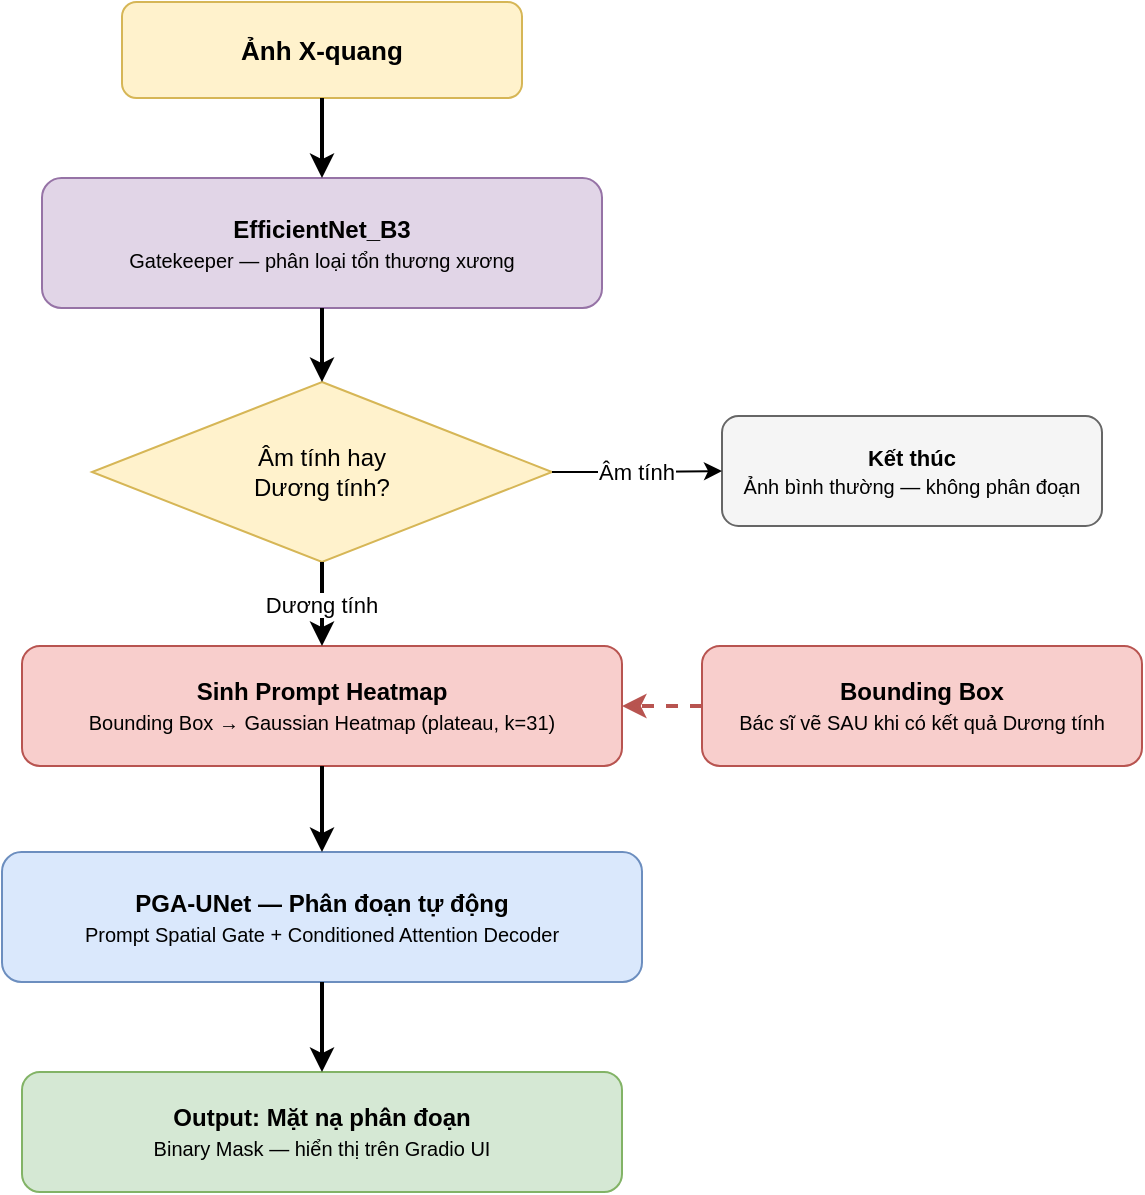
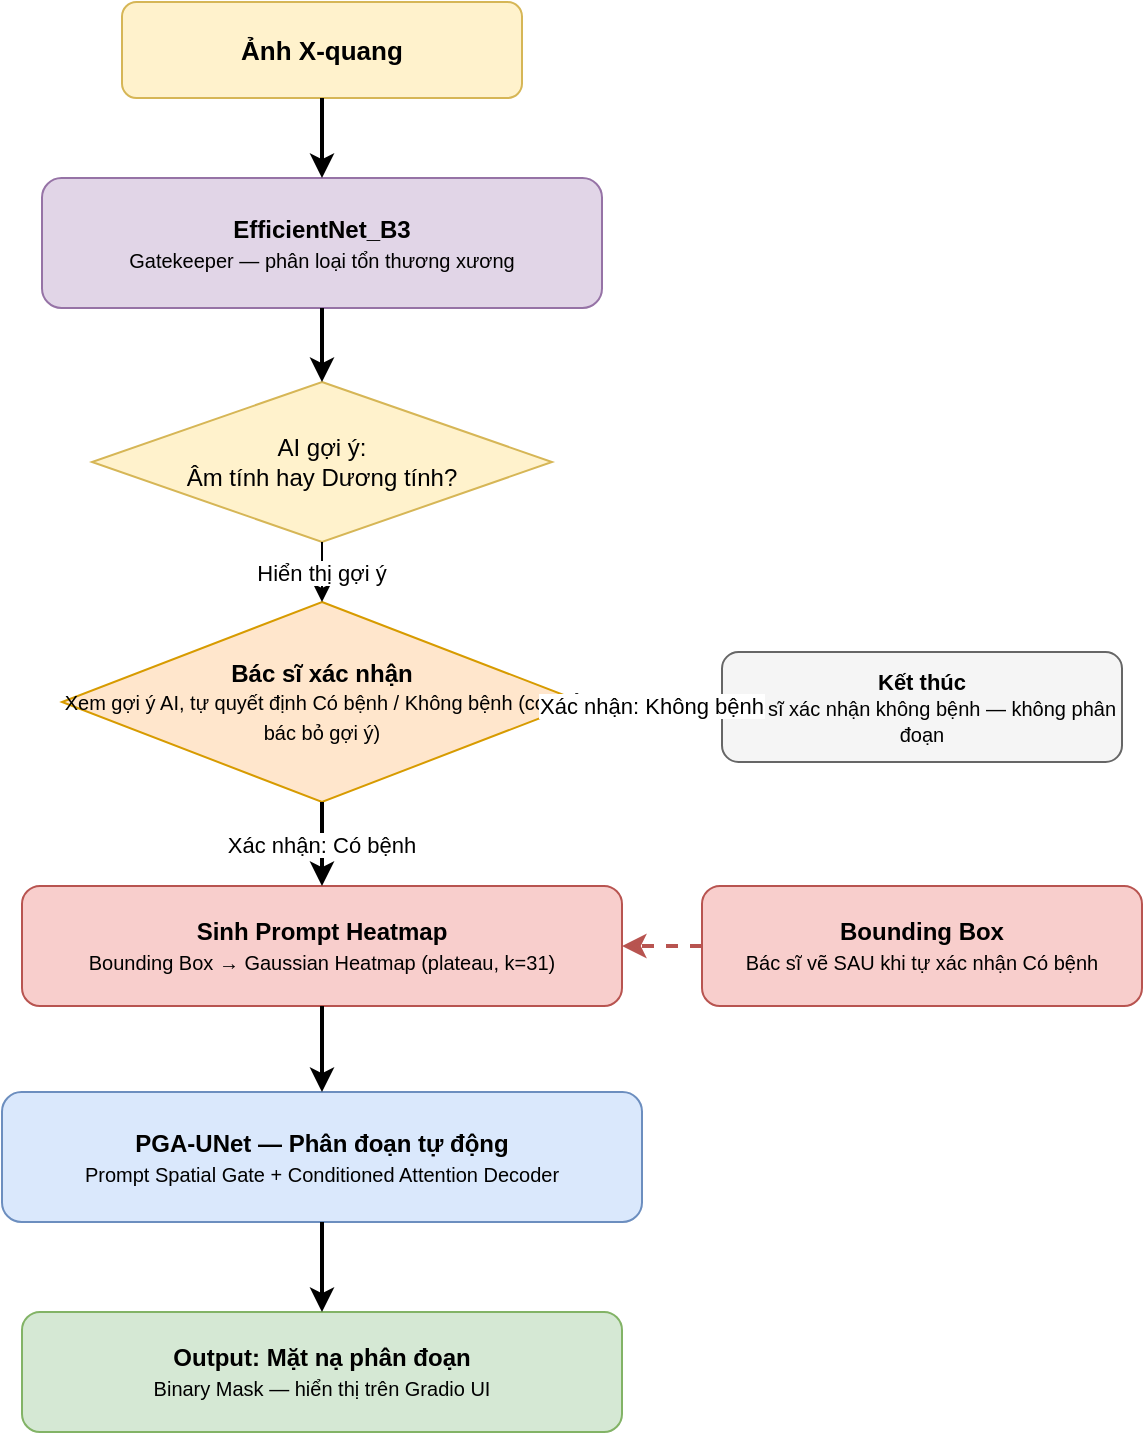
<mxfile host="65bd71144e">
    <diagram name="4. Inference Pipeline" id="inferencepipeline">
-         <mxGraphModel dx="1042" dy="124" grid="1" gridSize="10" guides="1" tooltips="1" connect="1" arrows="1" fold="1" page="1" pageScale="1" pageWidth="860" pageHeight="820" math="0" shadow="0">
+         <mxGraphModel dx="1042" dy="124" grid="1" gridSize="10" guides="1" tooltips="1" connect="1" arrows="1" fold="1" page="1" pageScale="1" pageWidth="860" pageHeight="940" math="0" shadow="0">
            <root>
                <mxCell id="0"/>
                <mxCell id="1" parent="0"/>

                <!-- ===== INPUT (ảnh X-quang, duy nhất từ đầu) ===== -->
                <mxCell id="xray" value="&lt;b&gt;Ảnh X-quang&lt;/b&gt;" style="rounded=1;whiteSpace=wrap;html=1;fillColor=#fff2cc;strokeColor=#d6b656;fontSize=13;" parent="1" vertex="1">
                    <mxGeometry x="320" y="20" width="200" height="48" as="geometry"/>
                </mxCell>

                <!-- ===== GATEKEEPER ===== -->
                <mxCell id="gate" value="&lt;b&gt;EfficientNet_B3&lt;/b&gt;&lt;br&gt;&lt;font style=&quot;font-size:10px;&quot;&gt;Gatekeeper — phân loại tổn thương xương&lt;/font&gt;" style="rounded=1;whiteSpace=wrap;html=1;fillColor=#e1d5e7;strokeColor=#9673a6;fontSize=12;" parent="1" vertex="1">
                    <mxGeometry x="280" y="108" width="280" height="65" as="geometry"/>
                </mxCell>

-                 <!-- ===== DECISION ===== -->
-                 <mxCell id="dec" value="Âm tính hay&lt;br&gt;Dương tính?" style="rhombus;whiteSpace=wrap;html=1;fillColor=#fff2cc;strokeColor=#d6b656;fontSize=12;" parent="1" vertex="1">
-                     <mxGeometry x="305" y="210" width="230" height="90" as="geometry"/>
+                 <!-- ===== AI SUGGESTION (not a decision) ===== -->
+                 <mxCell id="dec" value="AI gợi ý:&lt;br&gt;Âm tính hay Dương tính?" style="rhombus;whiteSpace=wrap;html=1;fillColor=#fff2cc;strokeColor=#d6b656;fontSize=12;" parent="1" vertex="1">
+                     <mxGeometry x="305" y="210" width="230" height="80" as="geometry"/>
                </mxCell>

-                 <!-- ===== NEGATIVE branch ===== -->
-                 <mxCell id="stop" value="&lt;b&gt;Kết thúc&lt;/b&gt;&lt;br&gt;&lt;font style=&quot;font-size:10px;&quot;&gt;Ảnh bình thường — không phân đoạn&lt;/font&gt;" style="rounded=1;whiteSpace=wrap;html=1;fillColor=#f5f5f5;strokeColor=#666666;fontSize=11;" parent="1" vertex="1">
-                     <mxGeometry x="620" y="227" width="190" height="55" as="geometry"/>
+                 <!-- ===== DOCTOR CONFIRMATION (actual decision point) ===== -->
+                 <mxCell id="confirm" value="&lt;b&gt;Bác sĩ xác nhận&lt;/b&gt;&lt;br&gt;&lt;font style=&quot;font-size:10px;&quot;&gt;Xem gợi ý AI, tự quyết định Có bệnh / Không bệnh (có thể bác bỏ gợi ý)&lt;/font&gt;" style="rhombus;whiteSpace=wrap;html=1;fillColor=#ffe6cc;strokeColor=#d79b00;fontSize=12;" parent="1" vertex="1">
+                     <mxGeometry x="290" y="320" width="260" height="100" as="geometry"/>
                </mxCell>

-                 <!-- ===== POSITIVE branch ===== -->
-                 <mxCell id="prompt0" value="&lt;b&gt;Sinh Prompt Heatmap&lt;/b&gt;&lt;br&gt;&lt;font style=&quot;font-size:10px;&quot;&gt;Bounding Box → Gaussian Heatmap (plateau, k=31)&lt;/font&gt;" style="rounded=1;whiteSpace=wrap;html=1;fillColor=#f8cecc;strokeColor=#b85450;fontSize=12;" parent="1" vertex="1">
-                     <mxGeometry x="270" y="342" width="300" height="60" as="geometry"/>
+                 <!-- ===== "KHÔNG BỆNH" branch (bác sĩ xác nhận) ===== -->
+                 <mxCell id="stop" value="&lt;b&gt;Kết thúc&lt;/b&gt;&lt;br&gt;&lt;font style=&quot;font-size:10px;&quot;&gt;Bác sĩ xác nhận không bệnh — không phân đoạn&lt;/font&gt;" style="rounded=1;whiteSpace=wrap;html=1;fillColor=#f5f5f5;strokeColor=#666666;fontSize=11;" parent="1" vertex="1">
+                     <mxGeometry x="620" y="345" width="200" height="55" as="geometry"/>
                </mxCell>

-                 <!-- BBox chỉ xuất hiện SAU quyết định Dương tính (cùng hàng với Sinh Prompt Heatmap) -->
-                 <mxCell id="bbox_in" value="&lt;b&gt;Bounding Box&lt;/b&gt;&lt;br&gt;&lt;font style=&quot;font-size:10px;&quot;&gt;Bác sĩ vẽ SAU khi có kết quả Dương tính&lt;/font&gt;" style="rounded=1;whiteSpace=wrap;html=1;fillColor=#f8cecc;strokeColor=#b85450;fontSize=12;" parent="1" vertex="1">
-                     <mxGeometry x="610" y="342" width="220" height="60" as="geometry"/>
+                 <!-- ===== "CÓ BỆNH" branch (bác sĩ xác nhận) ===== -->
+                 <mxCell id="prompt0" value="&lt;b&gt;Sinh Prompt Heatmap&lt;/b&gt;&lt;br&gt;&lt;font style=&quot;font-size:10px;&quot;&gt;Bounding Box → Gaussian Heatmap (plateau, k=31)&lt;/font&gt;" style="rounded=1;whiteSpace=wrap;html=1;fillColor=#f8cecc;strokeColor=#b85450;fontSize=12;" parent="1" vertex="1">
+                     <mxGeometry x="270" y="462" width="300" height="60" as="geometry"/>
+                 </mxCell>
+ 
+                 <!-- BBox chỉ xuất hiện SAU khi bác sĩ tự xác nhận Có bệnh (cùng hàng với Sinh Prompt Heatmap) -->
+                 <mxCell id="bbox_in" value="&lt;b&gt;Bounding Box&lt;/b&gt;&lt;br&gt;&lt;font style=&quot;font-size:10px;&quot;&gt;Bác sĩ vẽ SAU khi tự xác nhận Có bệnh&lt;/font&gt;" style="rounded=1;whiteSpace=wrap;html=1;fillColor=#f8cecc;strokeColor=#b85450;fontSize=12;" parent="1" vertex="1">
+                     <mxGeometry x="610" y="462" width="220" height="60" as="geometry"/>
                </mxCell>

                <!-- ===== PGA-UNet ===== -->
                <mxCell id="pga" value="&lt;b&gt;PGA-UNet — Phân đoạn tự động&lt;/b&gt;&lt;br&gt;&lt;font style=&quot;font-size:10px;&quot;&gt;Prompt Spatial Gate + Conditioned Attention Decoder&lt;/font&gt;" style="rounded=1;whiteSpace=wrap;html=1;fillColor=#dae8fc;strokeColor=#6c8ebf;fontSize=12;" parent="1" vertex="1">
-                     <mxGeometry x="260" y="445" width="320" height="65" as="geometry"/>
+                     <mxGeometry x="260" y="565" width="320" height="65" as="geometry"/>
                </mxCell>

                <!-- ===== OUTPUT ===== -->
                <mxCell id="out" value="&lt;b&gt;Output: Mặt nạ phân đoạn&lt;/b&gt;&lt;br&gt;&lt;font style=&quot;font-size:10px;&quot;&gt;Binary Mask — hiển thị trên Gradio UI&lt;/font&gt;" style="rounded=1;whiteSpace=wrap;html=1;fillColor=#d5e8d4;strokeColor=#82b366;fontSize=12;" parent="1" vertex="1">
-                     <mxGeometry x="270" y="555" width="300" height="60" as="geometry"/>
+                     <mxGeometry x="270" y="675" width="300" height="60" as="geometry"/>
                </mxCell>

                <!-- ===== ARROWS ===== -->
                <!-- Ảnh → Gatekeeper -->
                <mxCell id="a1" value="" style="edgeStyle=orthogonalEdgeStyle;strokeWidth=2;" parent="1" source="xray" target="gate" edge="1">
                    <mxGeometry relative="1" as="geometry"/>
                </mxCell>
                <!-- Gatekeeper → Decision -->
                <mxCell id="a2" value="" style="edgeStyle=orthogonalEdgeStyle;strokeWidth=2;" parent="1" source="gate" target="dec" edge="1">
                    <mxGeometry relative="1" as="geometry"/>
                </mxCell>
-                 <!-- Decision → Stop (âm tính) -->
-                 <mxCell id="a3" value="Âm tính" style="edgeStyle=orthogonalEdgeStyle;fontSize=11;" parent="1" source="dec" target="stop" edge="1">
+                 <!-- AI suggestion → Doctor confirmation -->
+                 <mxCell id="a2b" value="Hiển thị gợi ý" style="edgeStyle=orthogonalEdgeStyle;fontSize=11;" parent="1" source="dec" target="confirm" edge="1">
                    <mxGeometry relative="1" as="geometry"/>
                </mxCell>
-                 <!-- Decision → Prompt (dương tính) -->
-                 <mxCell id="a4" value="Dương tính" style="edgeStyle=orthogonalEdgeStyle;strokeWidth=2;fontSize=11;" parent="1" source="dec" target="prompt0" edge="1">
+                 <!-- Confirm → Stop (bác sĩ xác nhận không bệnh) -->
+                 <mxCell id="a3" value="Xác nhận: Không bệnh" style="edgeStyle=orthogonalEdgeStyle;fontSize=11;" parent="1" source="confirm" target="stop" edge="1">
+                     <mxGeometry relative="1" as="geometry"/>
+                 </mxCell>
+                 <!-- Confirm → Prompt (bác sĩ xác nhận có bệnh) -->
+                 <mxCell id="a4" value="Xác nhận: Có bệnh" style="edgeStyle=orthogonalEdgeStyle;strokeWidth=2;fontSize=11;" parent="1" source="confirm" target="prompt0" edge="1">
                    <mxGeometry relative="1" as="geometry"/>
                </mxCell>
                <!-- BBox → Prompt (BBox được dùng để sinh heatmap) -->
                <mxCell id="a_bbox_prompt" value="" style="edgeStyle=orthogonalEdgeStyle;strokeWidth=2;dashed=1;strokeColor=#b85450;exitX=0;exitY=0.5;exitDx=0;exitDy=0;entryX=1;entryY=0.5;entryDx=0;entryDy=0;" parent="1" source="bbox_in" target="prompt0" edge="1">
                    <mxGeometry relative="1" as="geometry"/>
                </mxCell>
                <!-- Prompt → PGA-UNet -->
                <mxCell id="a5" value="" style="edgeStyle=orthogonalEdgeStyle;strokeWidth=2;" parent="1" source="prompt0" target="pga" edge="1">
                    <mxGeometry relative="1" as="geometry"/>
                </mxCell>
                <!-- PGA-UNet → Output -->
                <mxCell id="a6" value="" style="edgeStyle=orthogonalEdgeStyle;strokeWidth=2;" parent="1" source="pga" target="out" edge="1">
                    <mxGeometry relative="1" as="geometry"/>
                </mxCell>

            </root>
        </mxGraphModel>
    </diagram>
</mxfile>
